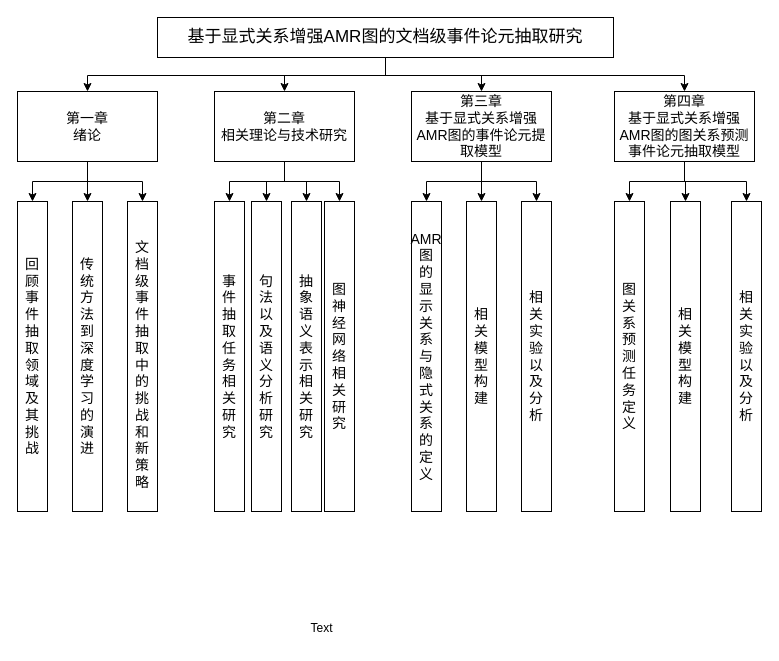
Earlier version of the draw.io diagram 论文整体结构安排.drawio (crawlerWPS/drawing). Source tidied: cells renumbered, new cells numbered last; positions are measured from the earlier drawing's top-left corner, leaving out a move shared by most shapes. Both pictures are drawn from the tidied source at 100%, with x=0, y=0 at pixel (17, 17).
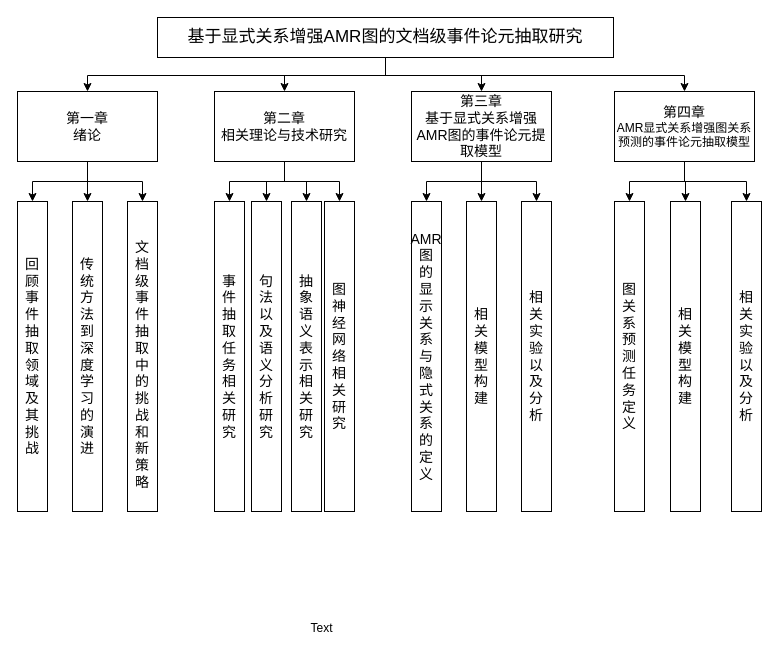
The same diagram, later.

Commit message:
更新论文整体结构安排.drawio

What changed in the source:
```diff
@@
-    <mxCell id="23" value="&lt;font style=&quot;&quot; face=&quot;宋体-简&quot;&gt;&lt;font style=&quot;font-size: 14px;&quot;&gt;第四章&lt;/font&gt;&lt;br&gt;&lt;span style=&quot;font-size: 14px;&quot;&gt;基于显式关系增强AMR图的图关系预测事件论元抽取模型&lt;/span&gt;&lt;br&gt;&lt;/font&gt;" style="rounded=0;whiteSpace=wrap;html=1;" parent="1" vertex="1">
+    <mxCell id="23" value="&lt;font style=&quot;&quot; face=&quot;宋体-简&quot;&gt;&lt;font style=&quot;font-size: 14px;&quot;&gt;第四章&lt;/font&gt;&lt;br&gt;AMR显式关系增强图关系预测的事件论元抽取模型&lt;br&gt;&lt;/font&gt;" style="rounded=0;whiteSpace=wrap;html=1;" parent="1" vertex="1">
       <mxGeometry x="597" y="74" width="140" height="70" as="geometry" />
     </mxCell>
```
